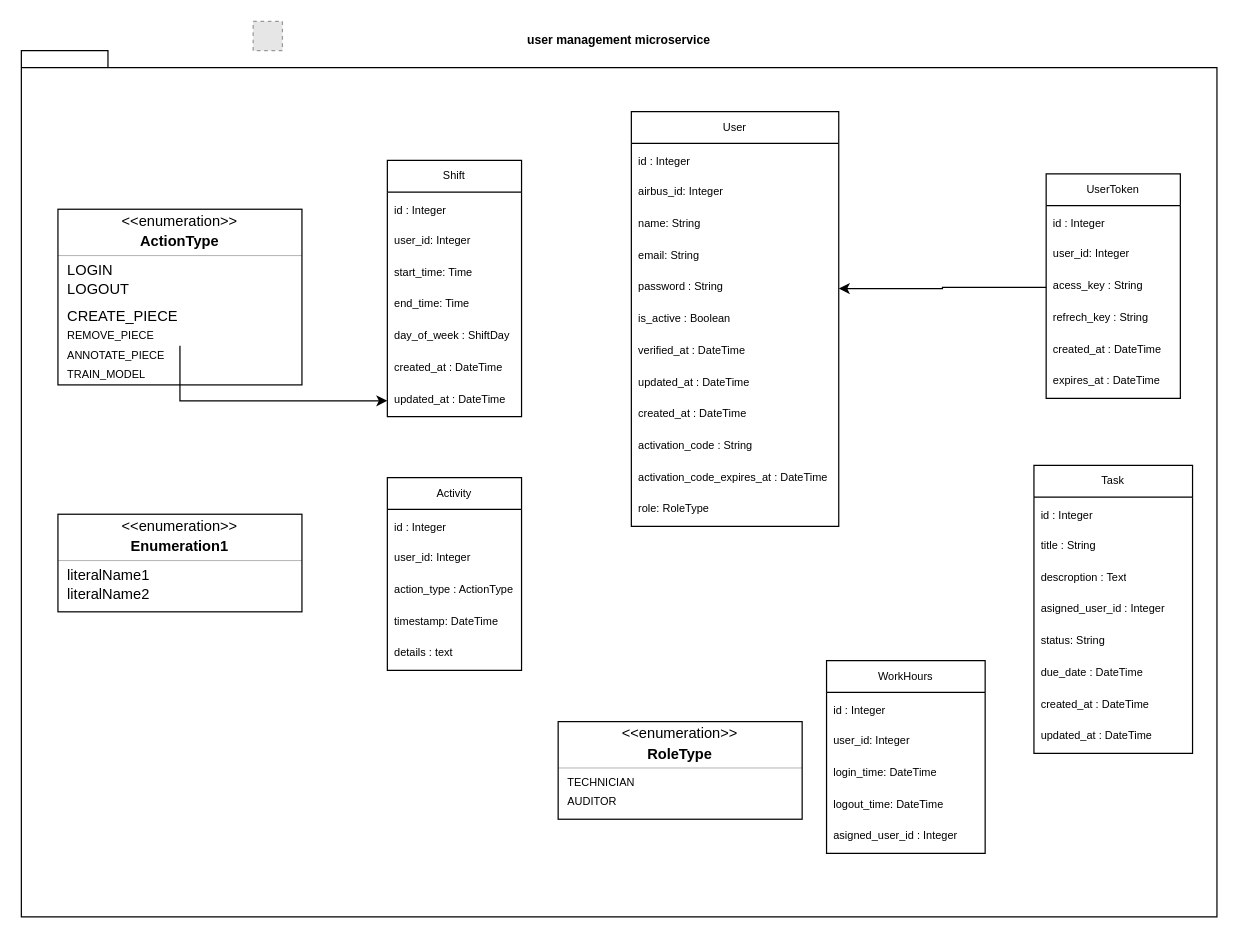
Earlier version of the draw.io diagram Diagramme sans nom.drawio (NourAchahlaou/avvvatars). Source tidied: cells renumbered, new cells numbered last; positions are measured from the earlier drawing's top-left corner, leaving out a move shared by most shapes. Both pictures are drawn from the tidied source at 122%, with x=0, y=0 at pixel (21, 21). Pictures stored in the file or linked from it are replaced by grey dashed boxes.
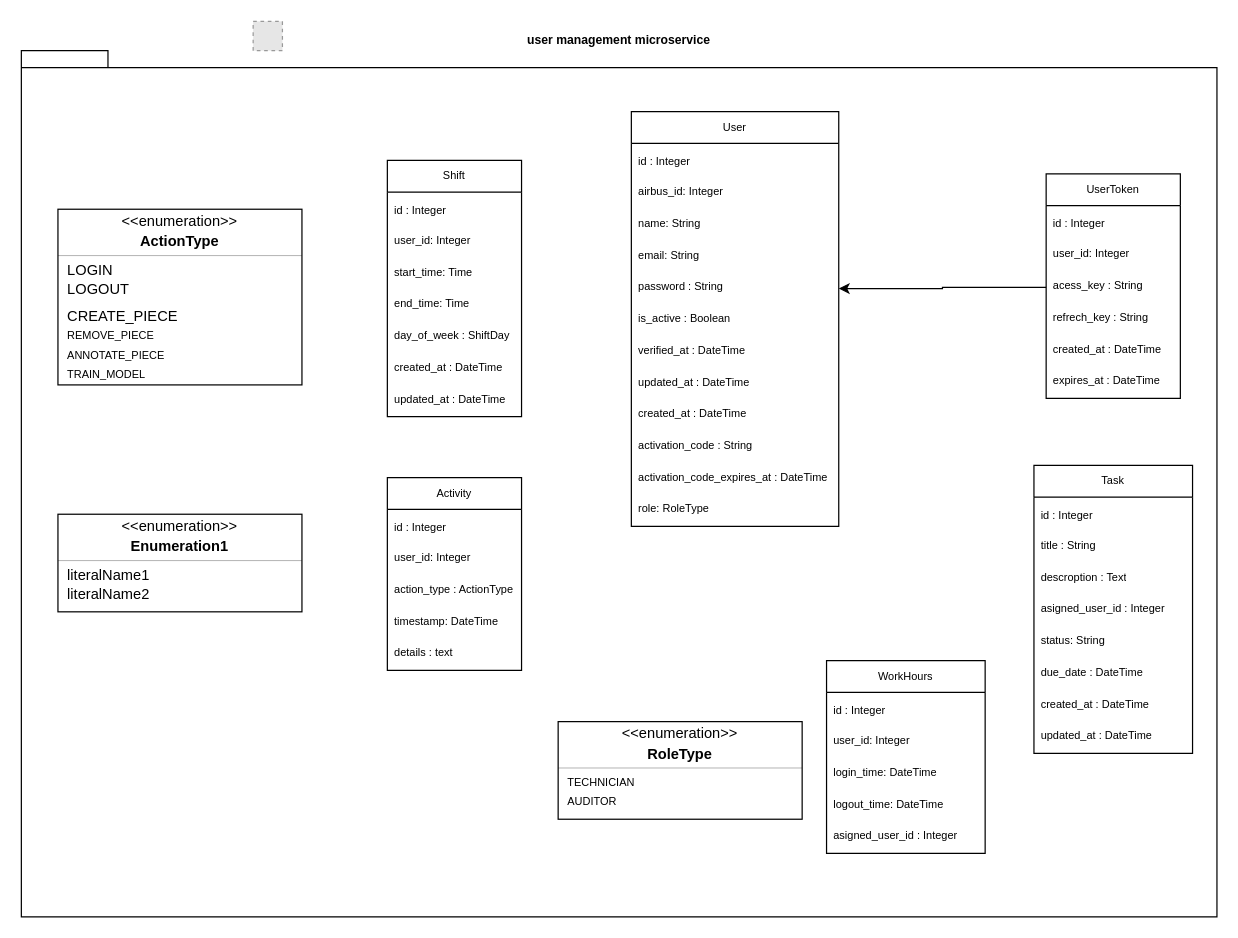
The same diagram, later.

Commit message:
MADE CHANGES IN THE ACTION TYPE

The change refers to these unchanged cells:
```xml
<mxCell id="38" value="updated_at : DateTime" style="text;strokeColor=none;fillColor=none;align=left;verticalAlign=top;spacingLeft=4;spacingRight=4;overflow=hidden;points=[[0,0.5],[1,0.5]];portConstraint=eastwest;whiteSpace=wrap;html=1;fontSize=9;" parent="31" vertex="1">
  <mxGeometry y="184" width="110" height="26" as="geometry" />
</mxCell>
<mxCell id="63" value="REMOVE_PIECE" style="html=1;align=left;spacing=0;spacingLeft=8;verticalAlign=middle;strokeColor=none;fillColor=none;whiteSpace=wrap;fontSize=9;" parent="54" vertex="1">
  <mxGeometry y="96" width="200" height="16" as="geometry" />
</mxCell>
```

Change to the diagram source:
```diff
@@
-    <mxCell id="82" style="edgeStyle=orthogonalEdgeStyle;rounded=0;jettySize=auto;html=1;" parent="1" edge="1" source="63" target="38">
-      <mxGeometry relative="1" as="geometry" />
-    </mxCell>
```
